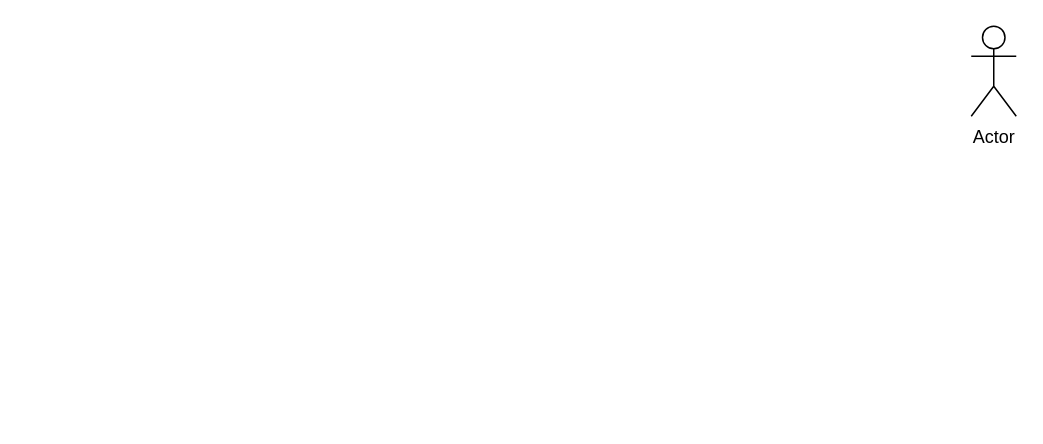
The draw.io diagram Usecase.drawio in astrrr/Right-posture, before the edit. Source tidied: cells renumbered, new cells numbered last; positions are measured from the earlier drawing's top-left corner, leaving out a move shared by most shapes. Both pictures are drawn from the tidied source at 150%, with x=0, y=0 at pixel (970, 26).
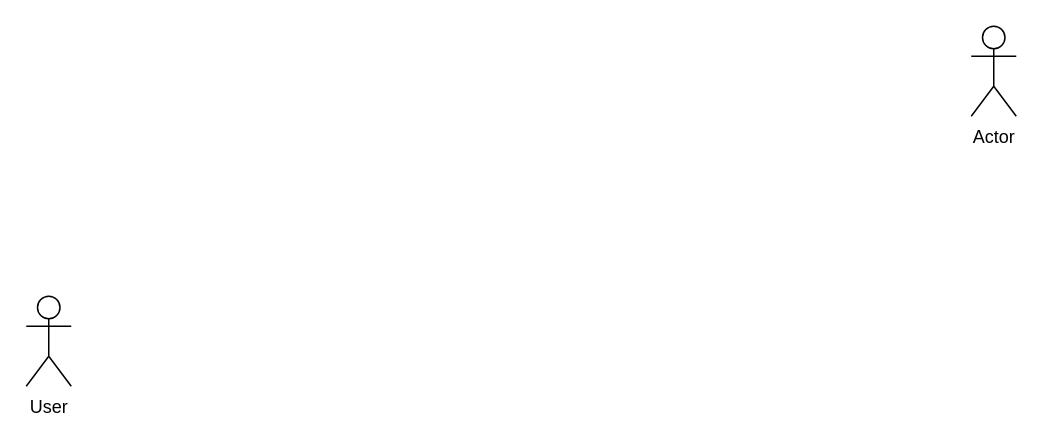
The same diagram, later.

What changed in the source:
```diff
@@
 <mxGraphModel>
   <root>
     <mxCell id="0" />
     <mxCell id="1" parent="0" />
+    <mxCell id="3" value="User&lt;br&gt;" style="shape=umlActor;verticalLabelPosition=bottom;verticalAlign=top;html=1;" parent="1" vertex="1">
+      <mxGeometry x="-630" y="180" width="30" height="60" as="geometry" />
+    </mxCell>
     <mxCell id="2" value="Actor" style="shape=umlActor;verticalLabelPosition=bottom;verticalAlign=top;html=1;" parent="1" vertex="1">
       <mxGeometry width="30" height="60" as="geometry" />
     </mxCell>
   </root>
 </mxGraphModel>
```
